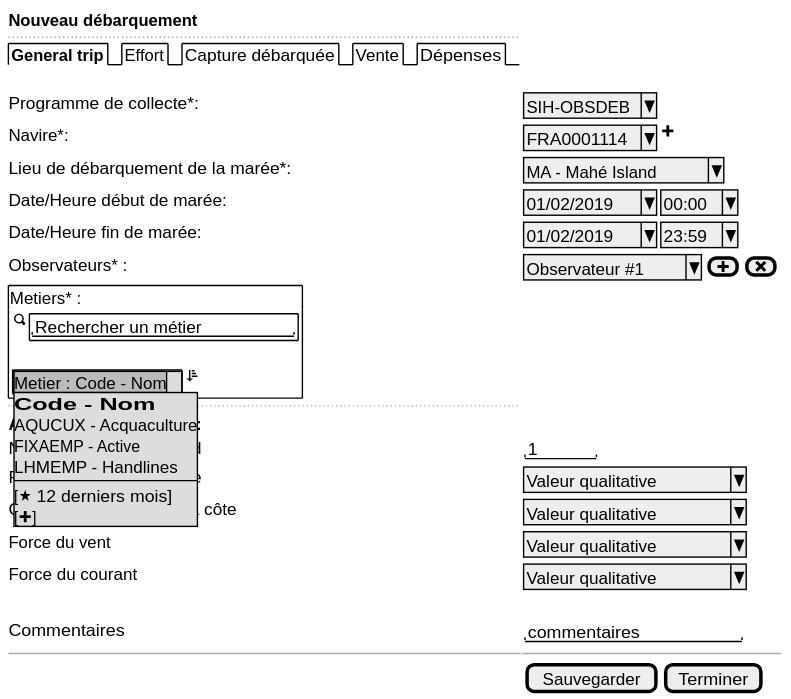
Above: use-case/collect/trip/landing-ui-list-metier.svg in sumaris-net/sumaris-doc (PlantUML), before the change. Its source is kept beside it as use-case/collect/trip/landing-ui-list-metier.puml.
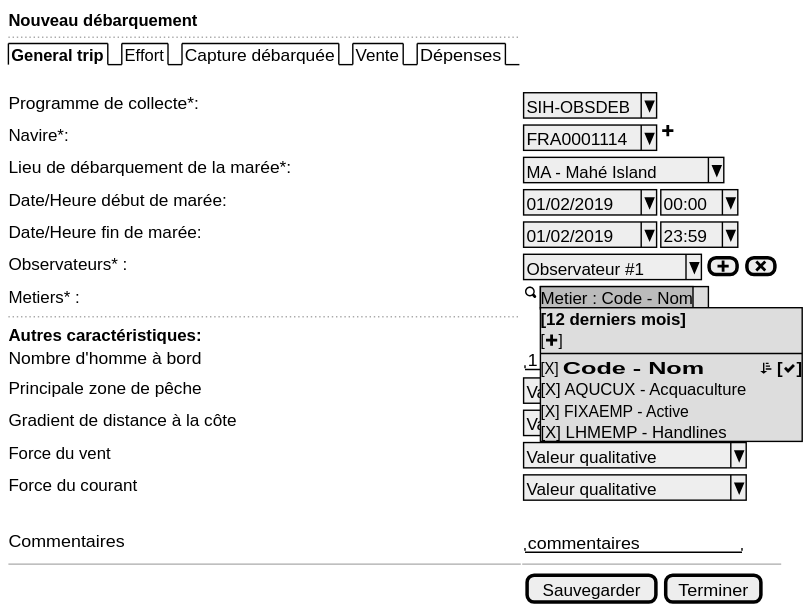
The same file after the commit.

Change to the diagram source:
```diff
@@ -4,26 +4,17 @@
   ..
   {/ <b>General trip | Effort | Capture débarquée | Vente | Dépenses }
   .
-  Programme de collecte*:    | { ^SIH-OBSDEB^ }
-  Navire*:                   | { ^FRA0001114^ | <&plus> }
+  Programme de collecte*:        | { ^SIH-OBSDEB^ }
+  Navire*:                       | { ^FRA0001114^ | <&plus> }
   Lieu de débarquement de la marée*:     | { ^MA - Mahé Island^ }
-  Date/Heure début de marée:  | { ^01/02/2019^ | ^00:00^ }
-  Date/Heure fin de marée:  | { ^01/02/2019^ | ^23:59^ }
-  Observateurs* :            | { ^Observateur #1^ | [<&plus>] | [<&x>]}
-  {+
-      Metiers* :
-      {
-        {<&magnifying-glass> {+  "  Rechercher un métier "    } }
-        .
-        {
-          {+
-          {*  Metier : Code - Nom
-          Metier : Code - Nom  | <b>Code       -       Nom  | AQUCUX - Acquaculture  | FIXAEMP - Active | LHMEMP - Handlines |  -  | [<&star> 12 derniers mois] | [<&plus>]
-          }
-          } | <&sort-ascending>
-        }
-      }
-  }
+  Date/Heure début de marée:     | { ^01/02/2019^ | ^00:00^ }
+  Date/Heure fin de marée:       | { ^01/02/2019^ | ^23:59^ }
+  Observateurs* :                | { ^Observateur #1^ | [<&plus>] | [<&x>]}
+  Metiers* :                     | {
+                                      <&magnifying-glass> {* Metier : Code - Nom
+                                      Metier : Code - Nom | <b>[12 derniers mois] | [<&plus>] | - | [X] <b>Code       -       Nom             <&sort-ascending> [<&check>] | [X] AQUCUX - Acquaculture  | [X] FIXAEMP - Active | [X] LHMEMP - Handlines
+                                      }
+                                   }
   ..
   <b>Autres caractéristiques:
   Nombre d'homme à bord           | { "   1  " }
```
